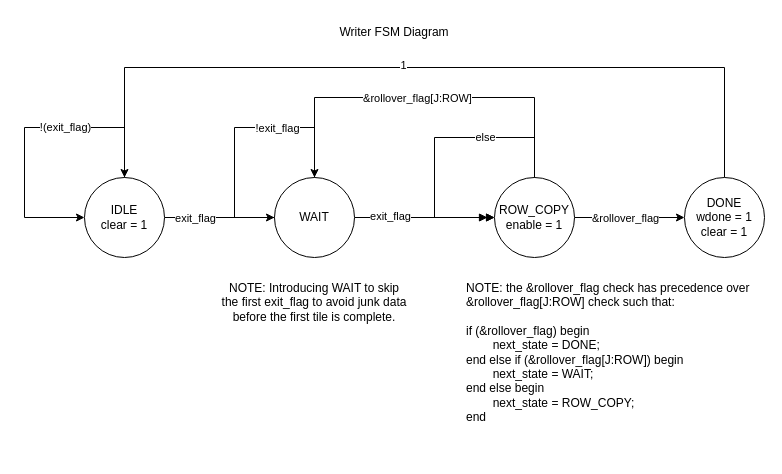
Above: page "writer_fsm" (5 of 9) of diagrams/compute_controller/compute_controller.drawio in Parker-Kemp/SoCET---STARS---Group11 (draw.io), before the change. Source tidied: cells renumbered, new cells numbered last; positions are measured from the earlier drawing's top-left corner, leaving out a move shared by most shapes. Both pictures are drawn from the tidied source at 100%, with x=0, y=0 at pixel (24, 17).
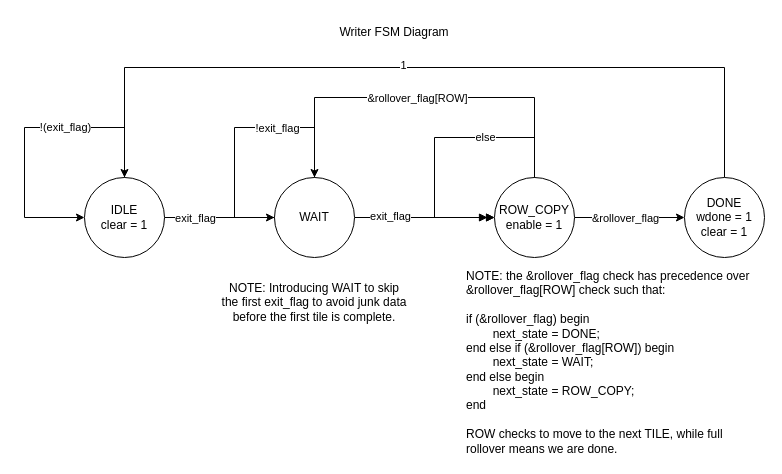
Above is the later version.

Unchanged cells that the change refers to:
```xml
<mxCell id="10" style="edgeStyle=orthogonalEdgeStyle;rounded=0;jettySize=auto;html=1;entryX=0.5;entryY=0;entryDx=0;entryDy=0;" parent="1" edge="1" source="12" target="7">
  <mxGeometry relative="1" as="geometry">
    <Array as="points">
      <mxPoint x="510" y="80" />
      <mxPoint x="290" y="80" />
    </Array>
  </mxGeometry>
</mxCell>
```

Diff of the diagram source:
```diff
@@
-    <mxCell id="11" value="&amp;amp;rollover_flag[J:ROW]" style="edgeLabel;html=1;align=center;verticalAlign=middle;" parent="10" vertex="1">
+    <mxCell id="11" value="&amp;amp;rollover_flag[ROW]" style="edgeLabel;html=1;align=center;verticalAlign=middle;" parent="10" vertex="1">
       <mxGeometry x="0.04" relative="1" as="geometry" />
     </mxCell>
@@
-    <mxCell id="23" value="NOTE: the &amp;amp;rollover_flag check has precedence over &amp;amp;rollover_flag[J:ROW]&amp;nbsp;check such that:&lt;br&gt;&lt;br&gt;&lt;div&gt;if (&amp;amp;rollover_flag) begin&lt;/div&gt;&lt;div&gt;&lt;span style=&quot;white-space: pre;&quot;&gt;&#9;&lt;/span&gt;next_state = DONE;&lt;/div&gt;&lt;div&gt;end else if (&amp;amp;rollover_flag[J:ROW]) begin&lt;/div&gt;&lt;div&gt;&lt;span style=&quot;white-space: pre;&quot;&gt;&#9;&lt;/span&gt;next_state = WAIT;&lt;/div&gt;&lt;div&gt;end else begin&lt;/div&gt;&lt;div&gt;&lt;span style=&quot;white-space: pre;&quot;&gt;&#9;&lt;/span&gt;next_state = ROW_COPY;&lt;/div&gt;&lt;div&gt;end&lt;/div&gt;" style="text;html=1;whiteSpace=wrap;strokeColor=none;fillColor=none;align=left;verticalAlign=middle;rounded=0;" parent="1" vertex="1">
-      <mxGeometry x="440" y="240" width="300" height="190" as="geometry" />
+    <mxCell id="23" value="NOTE: the &amp;amp;rollover_flag check has precedence over &amp;amp;rollover_flag[ROW]&amp;nbsp;check such that:&lt;br&gt;&lt;br&gt;&lt;div&gt;if (&amp;amp;rollover_flag) begin&lt;/div&gt;&lt;div&gt;&lt;span style=&quot;white-space: pre;&quot;&gt;&#9;&lt;/span&gt;next_state = DONE;&lt;/div&gt;&lt;div&gt;end else if (&amp;amp;rollover_flag[ROW]) begin&lt;/div&gt;&lt;div&gt;&lt;span style=&quot;white-space: pre;&quot;&gt;&#9;&lt;/span&gt;next_state = WAIT;&lt;/div&gt;&lt;div&gt;end else begin&lt;/div&gt;&lt;div&gt;&lt;span style=&quot;white-space: pre;&quot;&gt;&#9;&lt;/span&gt;next_state = ROW_COPY;&lt;/div&gt;&lt;div&gt;end&lt;br&gt;&lt;br&gt;ROW checks to move to the next TILE, while full rollover means we are done.&lt;/div&gt;" style="text;html=1;whiteSpace=wrap;strokeColor=none;fillColor=none;align=left;verticalAlign=middle;rounded=0;" parent="1" vertex="1">
+      <mxGeometry x="440" y="250" width="300" height="190" as="geometry" />
     </mxCell>
```
